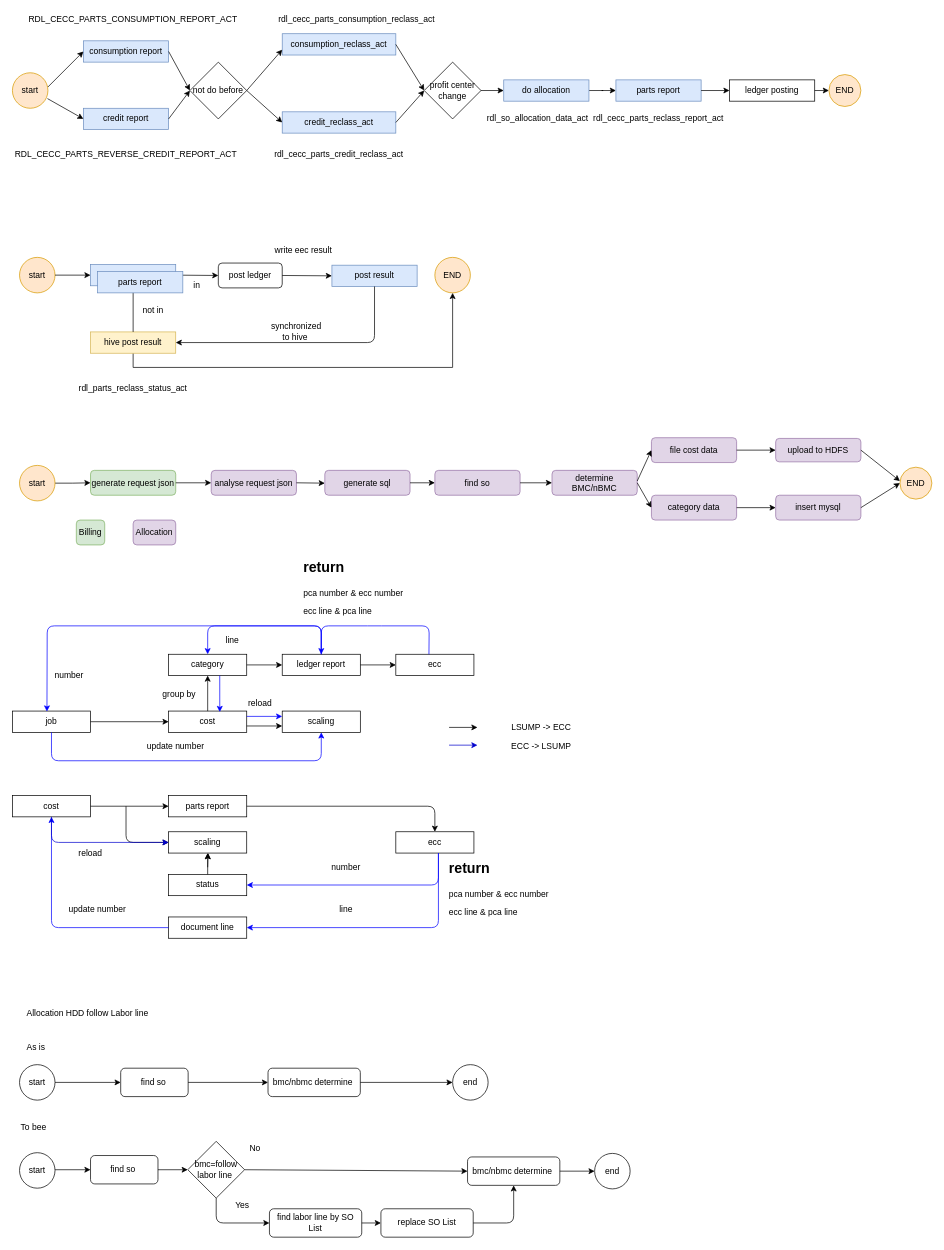
zhang-xdl/Crawler keeps this draw.io diagram as src/Untitled Diagram.drawio. Above is the earlier version. Source tidied: cells renumbered, new cells numbered last; positions are measured from the earlier drawing's top-left corner, leaving out a move shared by most shapes. Both pictures are drawn from the tidied source at 71%, with x=0, y=0 at pixel (12, 12).
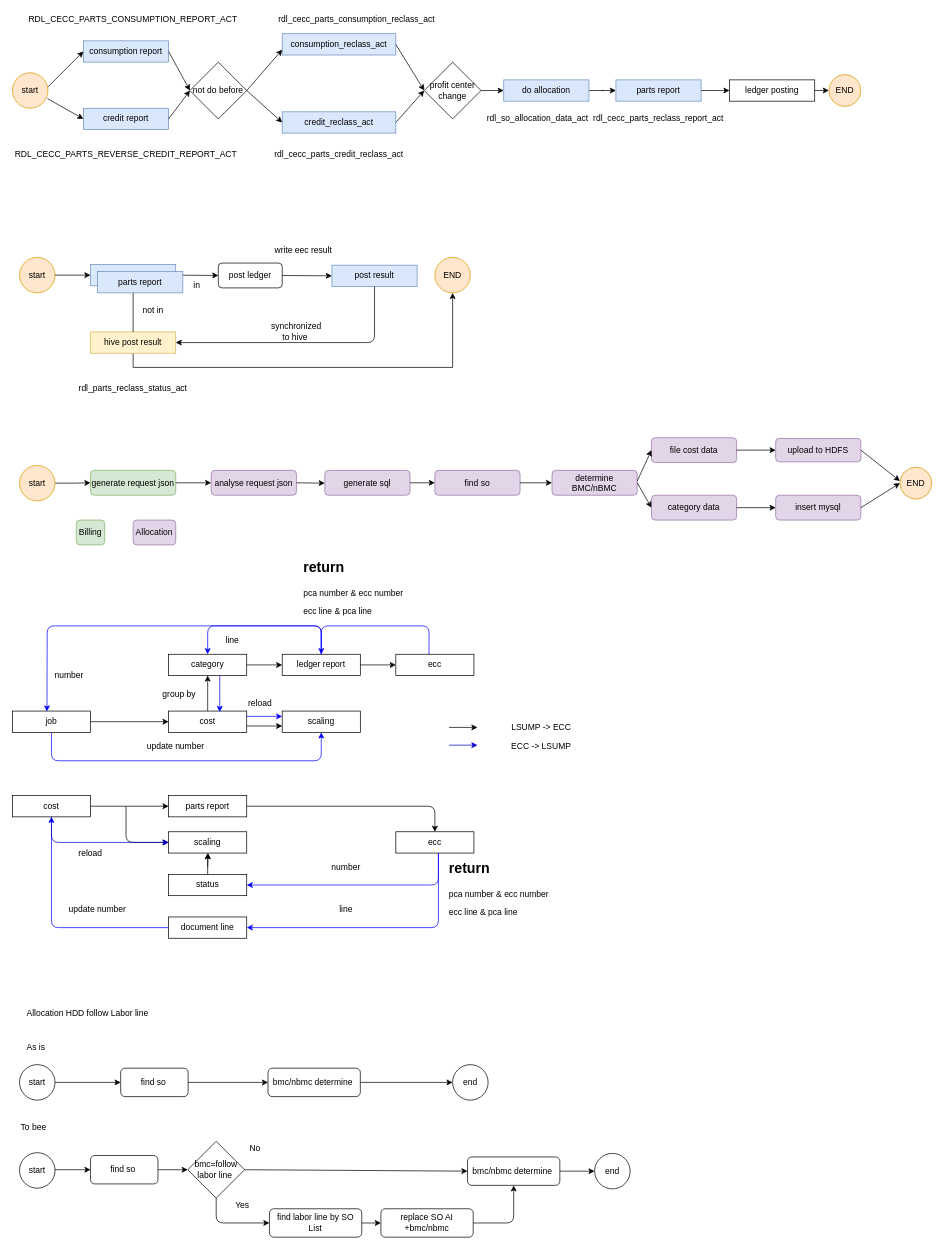
Above is the later version.

The edit, as a diff of the source:
```diff
@@
-    <mxCell id="143" value="replace SO List" style="rounded=1;whiteSpace=wrap;html=1;" parent="1" vertex="1">
+    <mxCell id="143" value="replace SO AI +bmc/nbmc" style="rounded=1;whiteSpace=wrap;html=1;" parent="1" vertex="1">
       <mxGeometry x="519" y="1685" width="130" height="40" as="geometry" />
     </mxCell>
```
